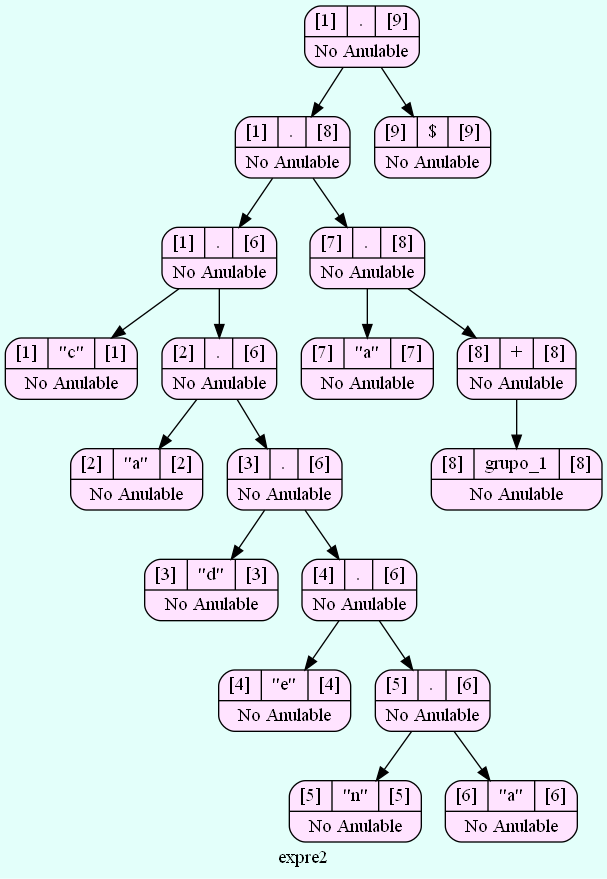
This is ARBOLES_202000119/Arbol_expre2.png from SergieArizandieta/OLC1-P1-202000119, a Graphviz export, as it was before one commit. Its source is kept beside it as ARBOLES_202000119/Arbol_expre2.dot.
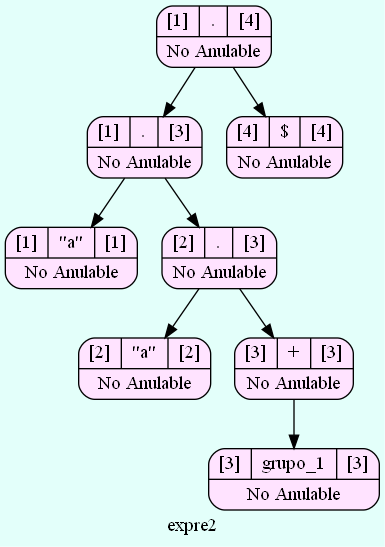
The same file after the commit.

What changed in the source:
```diff
@@ -2,40 +2,20 @@
   bgcolor = "#E3FFFA"
    node [shape=Mrecord fillcolor="#FFE3FF" style =filled];
 label ="expre2"
-    struct165697174    [label="{{[1]|<here>.|[9]}|No Anulable}"];
-    struct165697174-> struct1544076444
-    struct1544076444    [label="{{[1]|<here>.|[8]}|No Anulable}"];
-    struct1544076444-> struct1731467977
-    struct1731467977    [label="{{[1]|<here>.|[6]}|No Anulable}"];
-    struct1731467977-> struct675925215
-    struct675925215    [label="{{[1]|<here>\"c\"|[1]}|No Anulable}"];
-    struct1731467977-> struct597060518
-    struct597060518    [label="{{[2]|<here>.|[6]}|No Anulable}"];
-    struct597060518-> struct988012308
-    struct988012308    [label="{{[2]|<here>\"a\"|[2]}|No Anulable}"];
-    struct597060518-> struct2101770451
-    struct2101770451    [label="{{[3]|<here>.|[6]}|No Anulable}"];
-    struct2101770451-> struct462388368
-    struct462388368    [label="{{[3]|<here>\"d\"|[3]}|No Anulable}"];
-    struct2101770451-> struct198504220
-    struct198504220    [label="{{[4]|<here>.|[6]}|No Anulable}"];
-    struct198504220-> struct795580941
-    struct795580941    [label="{{[4]|<here>\"e\"|[4]}|No Anulable}"];
-    struct198504220-> struct1629880275
-    struct1629880275    [label="{{[5]|<here>.|[6]}|No Anulable}"];
-    struct1629880275-> struct19821723
-    struct19821723    [label="{{[5]|<here>\"n\"|[5]}|No Anulable}"];
-    struct1629880275-> struct766429101
-    struct766429101    [label="{{[6]|<here>\"a\"|[6]}|No Anulable}"];
-    struct1544076444-> struct1583782887
-    struct1583782887    [label="{{[7]|<here>.|[8]}|No Anulable}"];
-    struct1583782887-> struct275987615
-    struct275987615    [label="{{[7]|<here>\"a\"|[7]}|No Anulable}"];
-    struct1583782887-> struct1644894374
-    struct1644894374    [label="{{[8]|<here>+|[8]}|No Anulable}"];
-    struct1644894374-> struct960706789
-    struct960706789    [label="{{[8]|<here>grupo_1|[8]}|No Anulable}"];
-    struct165697174-> struct1393567113
-    struct1393567113    [label="{{[9]|<here>$|[9]}|No Anulable}"];
+    struct1889064609    [label="{{[1]|<here>.|[4]}|No Anulable}"];
+    struct1889064609-> struct1658072524
+    struct1658072524    [label="{{[1]|<here>.|[3]}|No Anulable}"];
+    struct1658072524-> struct478361052
+    struct478361052    [label="{{[1]|<here>\"a\"|[1]}|No Anulable}"];
+    struct1658072524-> struct1930911399
+    struct1930911399    [label="{{[2]|<here>.|[3]}|No Anulable}"];
+    struct1930911399-> struct1166848954
+    struct1166848954    [label="{{[2]|<here>\"a\"|[2]}|No Anulable}"];
+    struct1930911399-> struct108350602
+    struct108350602    [label="{{[3]|<here>+|[3]}|No Anulable}"];
+    struct108350602-> struct56472653
+    struct56472653    [label="{{[3]|<here>grupo_1|[3]}|No Anulable}"];
+    struct1889064609-> struct1257648359
+    struct1257648359    [label="{{[4]|<here>$|[4]}|No Anulable}"];
 
 }
```
